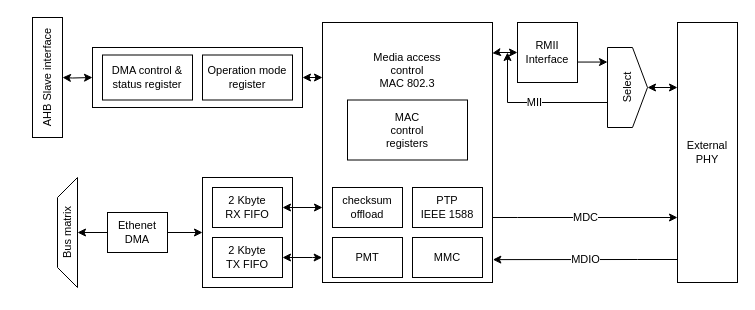
Above: page "ETH block" (5 of 5) of DrawIO/BSThesis.drawio in dingiso/TEST_For_Everything (draw.io), before the change. Source tidied: cells renumbered, new cells numbered last; positions are measured from the earlier drawing's top-left corner, leaving out a move shared by most shapes. Both pictures are drawn from the tidied source at 100%, with x=0, y=0 at pixel (-13, 22).
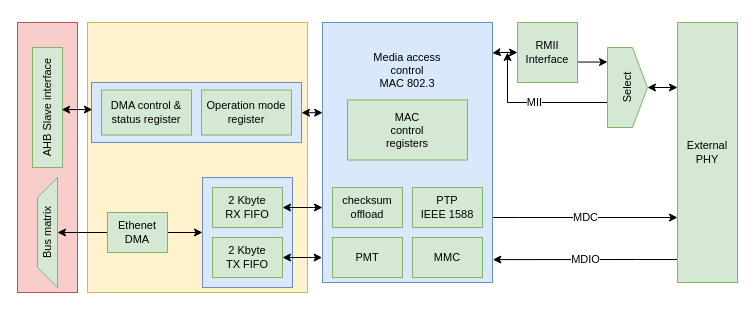
Above is the later version.

Commit message:
Update ETH block

What changed in the source:
```diff
@@
+    <mxCell id="33" style="rounded=0;whiteSpace=wrap;html=1;fontSize=11;fillColor=#f8cecc;strokeColor=#b85450;" parent="1" vertex="1">
+      <mxGeometry x="30" width="60" height="270" as="geometry" />
+    </mxCell>
+    <mxCell id="34" style="rounded=0;whiteSpace=wrap;html=1;fontSize=11;fillColor=#fff2cc;strokeColor=#d6b656;" parent="1" vertex="1">
+      <mxGeometry x="100" width="220" height="270" as="geometry" />
+    </mxCell>
-    <mxCell id="2" style="edgeStyle=orthogonalEdgeStyle;rounded=0;jettySize=auto;html=1;entryX=-0.005;entryY=0.209;entryDx=0;entryDy=0;entryPerimeter=0;fontSize=11;startArrow=classic;startFill=1;" parent="1" edge="1" source="3" target="5">
-      <mxGeometry relative="1" as="geometry" />
+    <mxCell id="2" style="edgeStyle=orthogonalEdgeStyle;rounded=0;jettySize=auto;html=1;fontSize=11;startArrow=classic;startFill=1;entryX=0.001;entryY=0.347;entryDx=0;entryDy=0;entryPerimeter=0;" parent="1" edge="1" source="3" target="5">
+      <mxGeometry relative="1" as="geometry">
+        <Array as="points">
+          <mxPoint x="330" y="90" />
+        </Array>
+      </mxGeometry>
     </mxCell>
-    <mxCell id="3" style="rounded=0;whiteSpace=wrap;html=1;fontSize=11;" parent="1" vertex="1">
-      <mxGeometry x="105" y="25" width="210" height="60" as="geometry" />
+    <mxCell id="3" style="rounded=0;whiteSpace=wrap;html=1;fontSize=11;fillColor=#dae8fc;strokeColor=#6c8ebf;" parent="1" vertex="1">
+      <mxGeometry x="104" y="60" width="210" height="60" as="geometry" />
     </mxCell>
@@
-    <mxCell id="5" style="rounded=0;whiteSpace=wrap;html=1;fontSize=11;" parent="1" vertex="1">
+    <mxCell id="5" style="rounded=0;whiteSpace=wrap;html=1;fontSize=11;fillColor=#dae8fc;strokeColor=#6c8ebf;" parent="1" vertex="1">
       <mxGeometry x="335" width="170" height="260" as="geometry" />
     </mxCell>
-    <mxCell id="6" style="rounded=0;whiteSpace=wrap;html=1;fontSize=11;" parent="1" vertex="1">
+    <mxCell id="6" style="rounded=0;whiteSpace=wrap;html=1;fontSize=11;fillColor=#dae8fc;strokeColor=#6c8ebf;" parent="1" vertex="1">
       <mxGeometry x="215" y="155" width="90" height="110" as="geometry" />
     </mxCell>
-    <mxCell id="7" value="AHB Slave interface" style="rounded=0;whiteSpace=wrap;html=1;fontSize=11;rotation=-90;" parent="1" vertex="1">
-      <mxGeometry y="40" width="120" height="30" as="geometry" />
+    <mxCell id="7" value="AHB Slave interface" style="rounded=0;whiteSpace=wrap;html=1;fontSize=11;rotation=-90;fillColor=#d5e8d4;strokeColor=#82b366;" parent="1" vertex="1">
+      <mxGeometry y="70" width="120" height="30" as="geometry" />
     </mxCell>
-    <mxCell id="8" value="&lt;div&gt;Bus matrix&lt;/div&gt;" style="shape=trapezoid;perimeter=trapezoidPerimeter;whiteSpace=wrap;html=1;fixedSize=1;fontSize=11;rotation=-90;" parent="1" vertex="1">
-      <mxGeometry x="25" y="200" width="110" height="20" as="geometry" />
+    <mxCell id="8" value="&lt;div&gt;Bus matrix&lt;/div&gt;" style="shape=trapezoid;perimeter=trapezoidPerimeter;whiteSpace=wrap;html=1;fixedSize=1;fontSize=11;rotation=-90;fillColor=#d5e8d4;strokeColor=#82b366;" parent="1" vertex="1">
+      <mxGeometry x="5" y="200" width="110" height="20" as="geometry" />
     </mxCell>
@@
-    <mxCell id="11" value="&lt;div&gt;Ethenet&lt;/div&gt;&lt;div&gt;DMA&lt;br&gt;&lt;/div&gt;" style="rounded=0;whiteSpace=wrap;html=1;fontSize=11;" parent="1" vertex="1">
+    <mxCell id="11" value="&lt;div&gt;Ethenet&lt;/div&gt;&lt;div&gt;DMA&lt;br&gt;&lt;/div&gt;" style="rounded=0;whiteSpace=wrap;html=1;fontSize=11;fillColor=#d5e8d4;strokeColor=#82b366;" parent="1" vertex="1">
       <mxGeometry x="120" y="190" width="60" height="40" as="geometry" />
     </mxCell>
-    <mxCell id="12" style="edgeStyle=orthogonalEdgeStyle;rounded=0;jettySize=auto;html=1;fontSize=11;startArrow=classic;startFill=1;" parent="1" edge="1" target="7">
-      <mxGeometry relative="1" as="geometry">
-        <mxPoint x="105" y="55" as="sourcePoint" />
-      </mxGeometry>
+    <mxCell id="12" style="edgeStyle=orthogonalEdgeStyle;rounded=0;jettySize=auto;html=1;fontSize=11;startArrow=classic;startFill=1;exitX=0.004;exitY=0.451;exitDx=0;exitDy=0;exitPerimeter=0;entryX=0.481;entryY=0.974;entryDx=0;entryDy=0;entryPerimeter=0;" parent="1" edge="1" source="3" target="7">
+      <mxGeometry relative="1" as="geometry" />
     </mxCell>
-    <mxCell id="13" value="&lt;div&gt;DMA control &amp;amp;&lt;/div&gt;&lt;div&gt;status register&lt;br&gt;&lt;/div&gt;" style="rounded=0;whiteSpace=wrap;html=1;fontSize=11;" parent="1" vertex="1">
-      <mxGeometry x="115" y="32.5" width="90" height="45" as="geometry" />
+    <mxCell id="13" value="&lt;div&gt;DMA control &amp;amp;&lt;/div&gt;&lt;div&gt;status register&lt;br&gt;&lt;/div&gt;" style="rounded=0;whiteSpace=wrap;html=1;fontSize=11;fillColor=#d5e8d4;strokeColor=#82b366;" parent="1" vertex="1">
+      <mxGeometry x="114" y="67.5" width="90" height="45" as="geometry" />
     </mxCell>
-    <mxCell id="14" value="&lt;div&gt;Operation mode&lt;/div&gt;&lt;div&gt;register&lt;br&gt;&lt;/div&gt;" style="rounded=0;whiteSpace=wrap;html=1;fontSize=11;" parent="1" vertex="1">
-      <mxGeometry x="215" y="32.5" width="90" height="45" as="geometry" />
+    <mxCell id="14" value="&lt;div&gt;Operation mode&lt;/div&gt;&lt;div&gt;register&lt;br&gt;&lt;/div&gt;" style="rounded=0;whiteSpace=wrap;html=1;fontSize=11;fillColor=#d5e8d4;strokeColor=#82b366;" parent="1" vertex="1">
+      <mxGeometry x="214" y="67.5" width="90" height="45" as="geometry" />
     </mxCell>
@@
-    <mxCell id="16" value="&lt;div&gt;2 Kbyte&lt;/div&gt;&lt;div&gt;RX FIFO&lt;br&gt;&lt;/div&gt;" style="rounded=0;whiteSpace=wrap;html=1;fontSize=11;" parent="1" vertex="1">
+    <mxCell id="16" value="&lt;div&gt;2 Kbyte&lt;/div&gt;&lt;div&gt;RX FIFO&lt;br&gt;&lt;/div&gt;" style="rounded=0;whiteSpace=wrap;html=1;fontSize=11;fillColor=#d5e8d4;strokeColor=#82b366;" parent="1" vertex="1">
       <mxGeometry x="225" y="165" width="70" height="40" as="geometry" />
     </mxCell>
@@
-    <mxCell id="18" value="&lt;div&gt;2 Kbyte&lt;/div&gt;&lt;div&gt;TX FIFO&lt;br&gt;&lt;/div&gt;" style="rounded=0;whiteSpace=wrap;html=1;fontSize=11;" parent="1" vertex="1">
+    <mxCell id="18" value="&lt;div&gt;2 Kbyte&lt;/div&gt;&lt;div&gt;TX FIFO&lt;br&gt;&lt;/div&gt;" style="rounded=0;whiteSpace=wrap;html=1;fontSize=11;fillColor=#d5e8d4;strokeColor=#82b366;" parent="1" vertex="1">
       <mxGeometry x="225" y="215" width="70" height="40" as="geometry" />
     </mxCell>
-    <mxCell id="19" value="&lt;div&gt;MAC &lt;br&gt;&lt;/div&gt;&lt;div&gt;control&lt;/div&gt;&lt;div&gt;registers&lt;br&gt;&lt;/div&gt;" style="rounded=0;whiteSpace=wrap;html=1;fontSize=11;" parent="1" vertex="1">
+    <mxCell id="19" value="&lt;div&gt;MAC &lt;br&gt;&lt;/div&gt;&lt;div&gt;control&lt;/div&gt;&lt;div&gt;registers&lt;br&gt;&lt;/div&gt;" style="rounded=0;whiteSpace=wrap;html=1;fontSize=11;fillColor=#d5e8d4;strokeColor=#82b366;" parent="1" vertex="1">
       <mxGeometry x="360" y="77.5" width="120" height="60" as="geometry" />
     </mxCell>
-    <mxCell id="20" value="&lt;div&gt;checksum&lt;/div&gt;&lt;div&gt;offload&lt;br&gt;&lt;/div&gt;" style="rounded=0;whiteSpace=wrap;html=1;fontSize=11;" parent="1" vertex="1">
+    <mxCell id="20" value="&lt;div&gt;checksum&lt;/div&gt;&lt;div&gt;offload&lt;br&gt;&lt;/div&gt;" style="rounded=0;whiteSpace=wrap;html=1;fontSize=11;fillColor=#d5e8d4;strokeColor=#82b366;" parent="1" vertex="1">
       <mxGeometry x="345" y="165" width="70" height="40" as="geometry" />
     </mxCell>
-    <mxCell id="21" value="&lt;div&gt;PTP&lt;/div&gt;&lt;div&gt;IEEE 1588&lt;br&gt;&lt;/div&gt;" style="rounded=0;whiteSpace=wrap;html=1;fontSize=11;" parent="1" vertex="1">
+    <mxCell id="21" value="&lt;div&gt;PTP&lt;/div&gt;&lt;div&gt;IEEE 1588&lt;br&gt;&lt;/div&gt;" style="rounded=0;whiteSpace=wrap;html=1;fontSize=11;fillColor=#d5e8d4;strokeColor=#82b366;" parent="1" vertex="1">
       <mxGeometry x="425" y="165" width="70" height="40" as="geometry" />
     </mxCell>
-    <mxCell id="22" value="PMT" style="rounded=0;whiteSpace=wrap;html=1;fontSize=11;" parent="1" vertex="1">
+    <mxCell id="22" value="PMT" style="rounded=0;whiteSpace=wrap;html=1;fontSize=11;fillColor=#d5e8d4;strokeColor=#82b366;" parent="1" vertex="1">
       <mxGeometry x="345" y="215" width="70" height="40" as="geometry" />
     </mxCell>
-    <mxCell id="23" value="MMC" style="rounded=0;whiteSpace=wrap;html=1;fontSize=11;" parent="1" vertex="1">
+    <mxCell id="23" value="MMC" style="rounded=0;whiteSpace=wrap;html=1;fontSize=11;fillColor=#d5e8d4;strokeColor=#82b366;" parent="1" vertex="1">
       <mxGeometry x="425" y="215" width="70" height="40" as="geometry" />
     </mxCell>
@@
-    <mxCell id="26" value="Select" style="shape=offPageConnector;whiteSpace=wrap;html=1;fontSize=11;rotation=-90;" parent="1" vertex="1">
+    <mxCell id="26" value="Select" style="shape=offPageConnector;whiteSpace=wrap;html=1;fontSize=11;rotation=-90;fillColor=#d5e8d4;strokeColor=#82b366;" parent="1" vertex="1">
       <mxGeometry x="600" y="45" width="80" height="40" as="geometry" />
     </mxCell>
@@
-    <mxCell id="29" value="&lt;div&gt;RMII&lt;/div&gt;&lt;div&gt;Interface&lt;br&gt;&lt;/div&gt;" style="rounded=0;whiteSpace=wrap;html=1;fontSize=11;" parent="1" vertex="1">
+    <mxCell id="29" value="&lt;div&gt;RMII&lt;/div&gt;&lt;div&gt;Interface&lt;br&gt;&lt;/div&gt;" style="rounded=0;whiteSpace=wrap;html=1;fontSize=11;fillColor=#d5e8d4;strokeColor=#82b366;" parent="1" vertex="1">
       <mxGeometry x="530" width="60" height="60" as="geometry" />
     </mxCell>
@@
-    <mxCell id="31" value="&lt;div&gt;External&lt;/div&gt;&lt;div&gt;PHY&lt;br&gt;&lt;/div&gt;" style="rounded=0;whiteSpace=wrap;html=1;fontSize=11;" parent="1" vertex="1">
+    <mxCell id="31" value="&lt;div&gt;External&lt;/div&gt;&lt;div&gt;PHY&lt;br&gt;&lt;/div&gt;" style="rounded=0;whiteSpace=wrap;html=1;fontSize=11;fillColor=#d5e8d4;strokeColor=#82b366;" parent="1" vertex="1">
       <mxGeometry x="690" width="60" height="260" as="geometry" />
     </mxCell>
```
